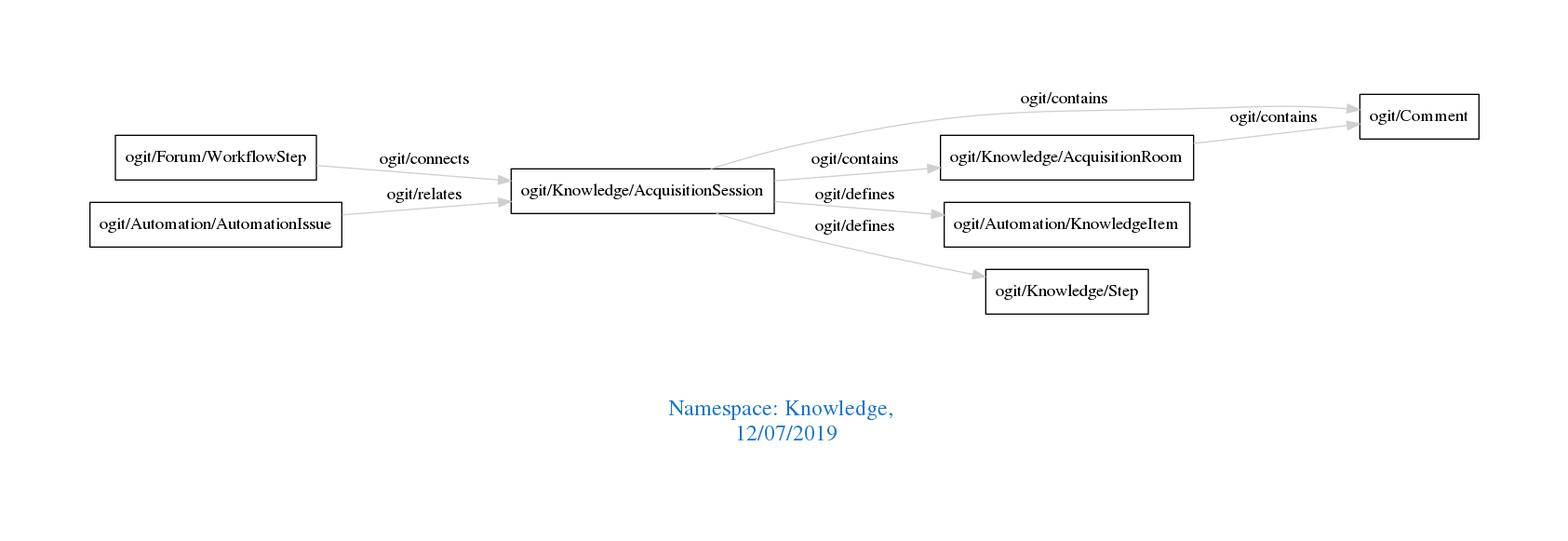
Above: downloads/Knowledge.png in arago/OGIT (Graphviz), before the change. Its source is kept beside it as downloads/Knowledge.dot.
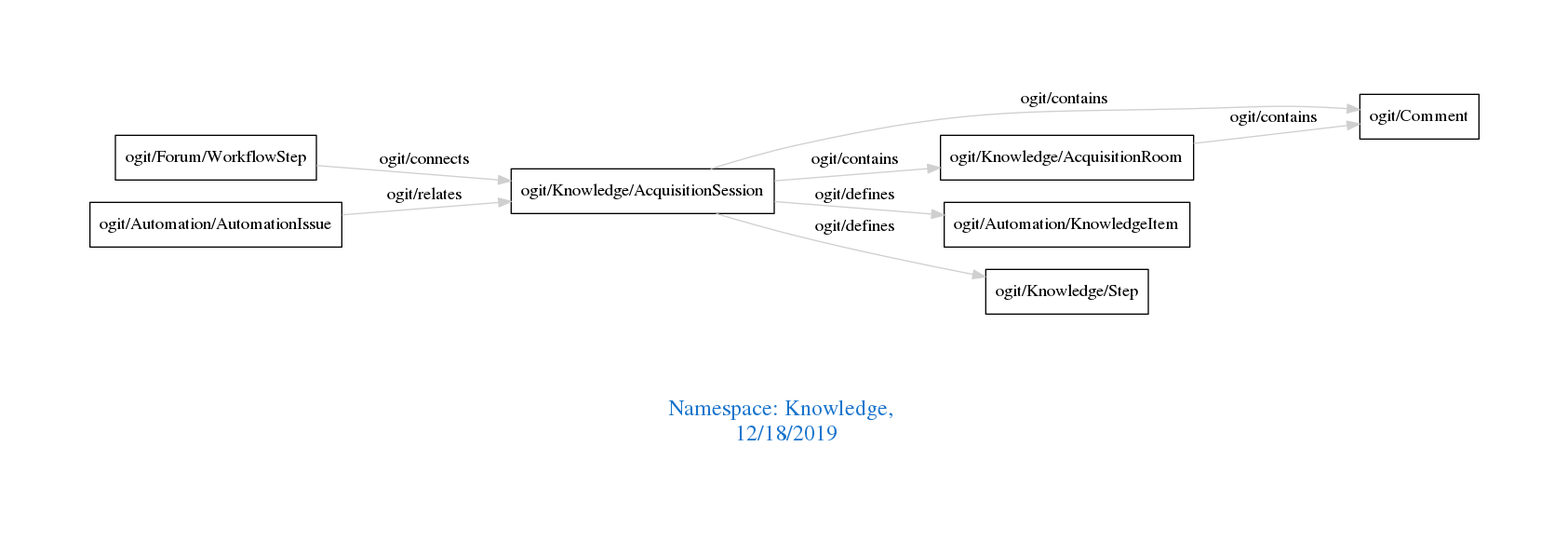
Later version of the same file.

Diff of the diagram source:
```diff
@@ -1,7 +1,7 @@
 digraph OGIT_ontology {
  graph [ rankdir= LR,pad=1
 fontsize = 18,
-fontcolor= dodgerblue3,label = "\n\n\nNamespace: Knowledge, \n 12/07/2019"];
+fontcolor= dodgerblue3,label = "\n\n\nNamespace: Knowledge, \n 12/18/2019"];
 node[shape=polygon];
 edge [  color="gray81"];
 
```
